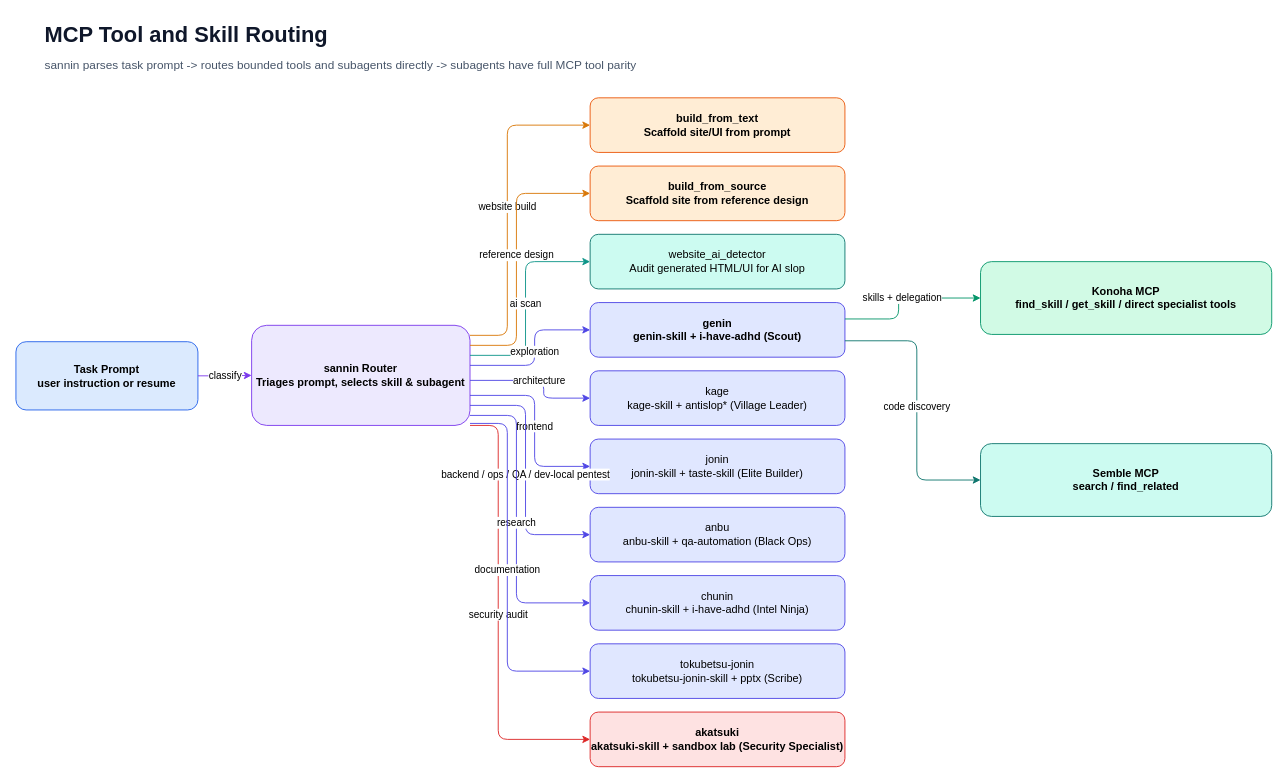
Above: page "03 MCP Tool and Skill Routing" (3 of 18) of docs/diagrams/konoha-architecture.drawio in andycungkrinx91/konoha (draw.io), before the change. Source tidied: cells renumbered, new cells numbered last; positions are measured from the earlier drawing's top-left corner, leaving out a move shared by most shapes. Both pictures are drawn from the tidied source at 91%, with x=0, y=0 at pixel (15, 15).
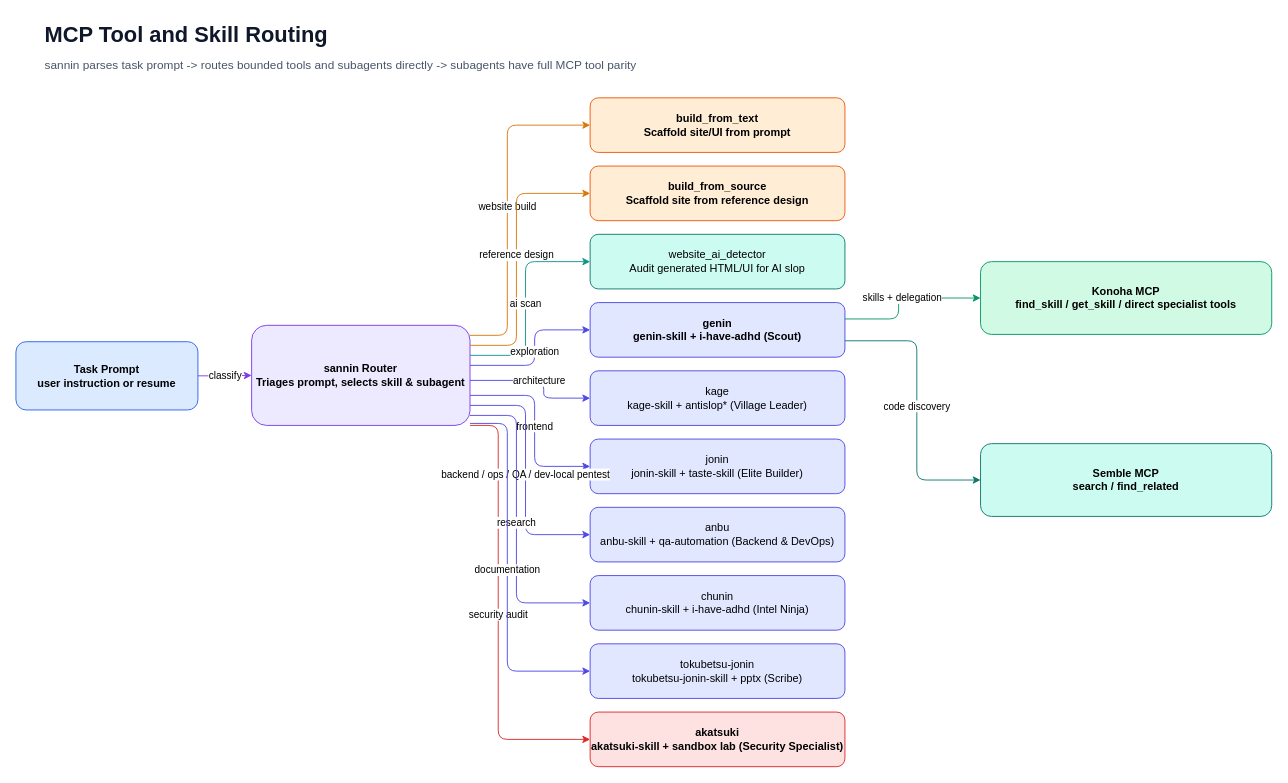
Above is the later version.

Change to the diagram source:
```diff
@@
-    <mxCell id="12" value="anbu&#10;anbu-skill + qa-automation (Black Ops)" style="rounded=1;html=1;whiteSpace=wrap;fillColor=#e0e7ff;strokeColor=#4f46e5;overflow=visible;agent=anbu;" parent="1" vertex="1">
+    <mxCell id="12" value="anbu&#10;anbu-skill + qa-automation (Backend &amp; DevOps)" style="rounded=1;html=1;whiteSpace=wrap;fillColor=#e0e7ff;strokeColor=#4f46e5;overflow=visible;agent=anbu;" parent="1" vertex="1">
       <mxGeometry x="631" y="540" width="280" height="60" as="geometry" />
     </mxCell>
```
